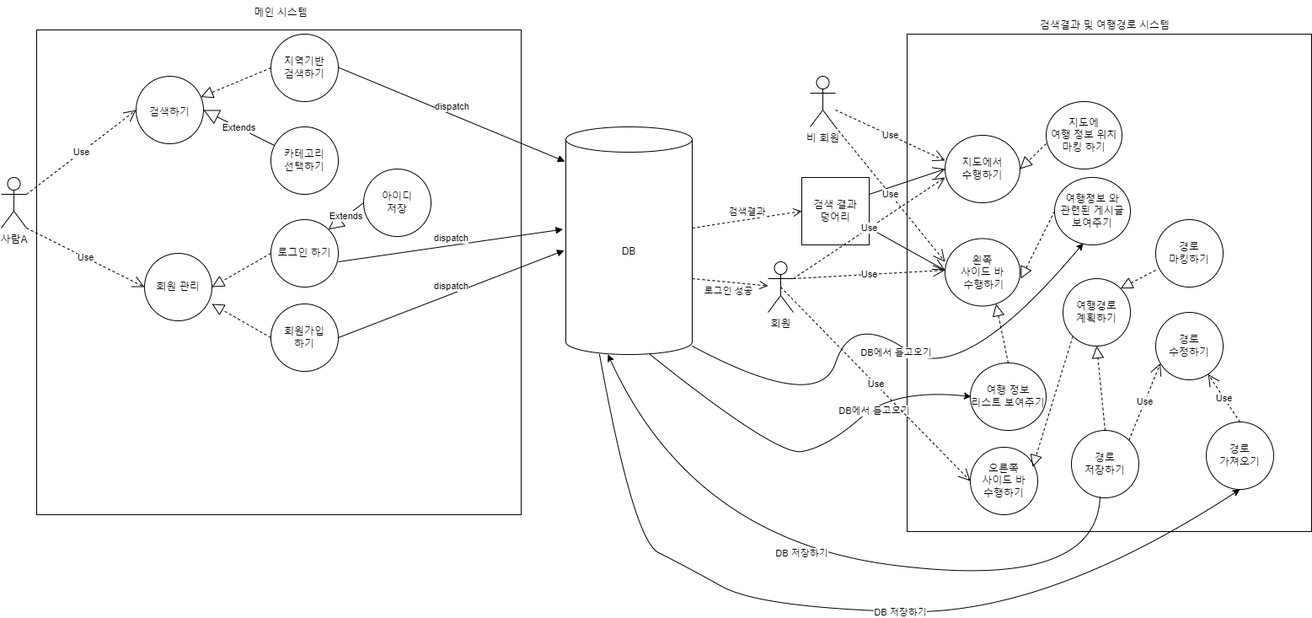
Before: usecase.drawio.png, a diagram exported from draw.io (kimhaechang1/enjoytrip). Source tidied: cells renumbered, new cells last; positions are measured from the earlier drawing's top-left corner, leaving out a move shared by most shapes.
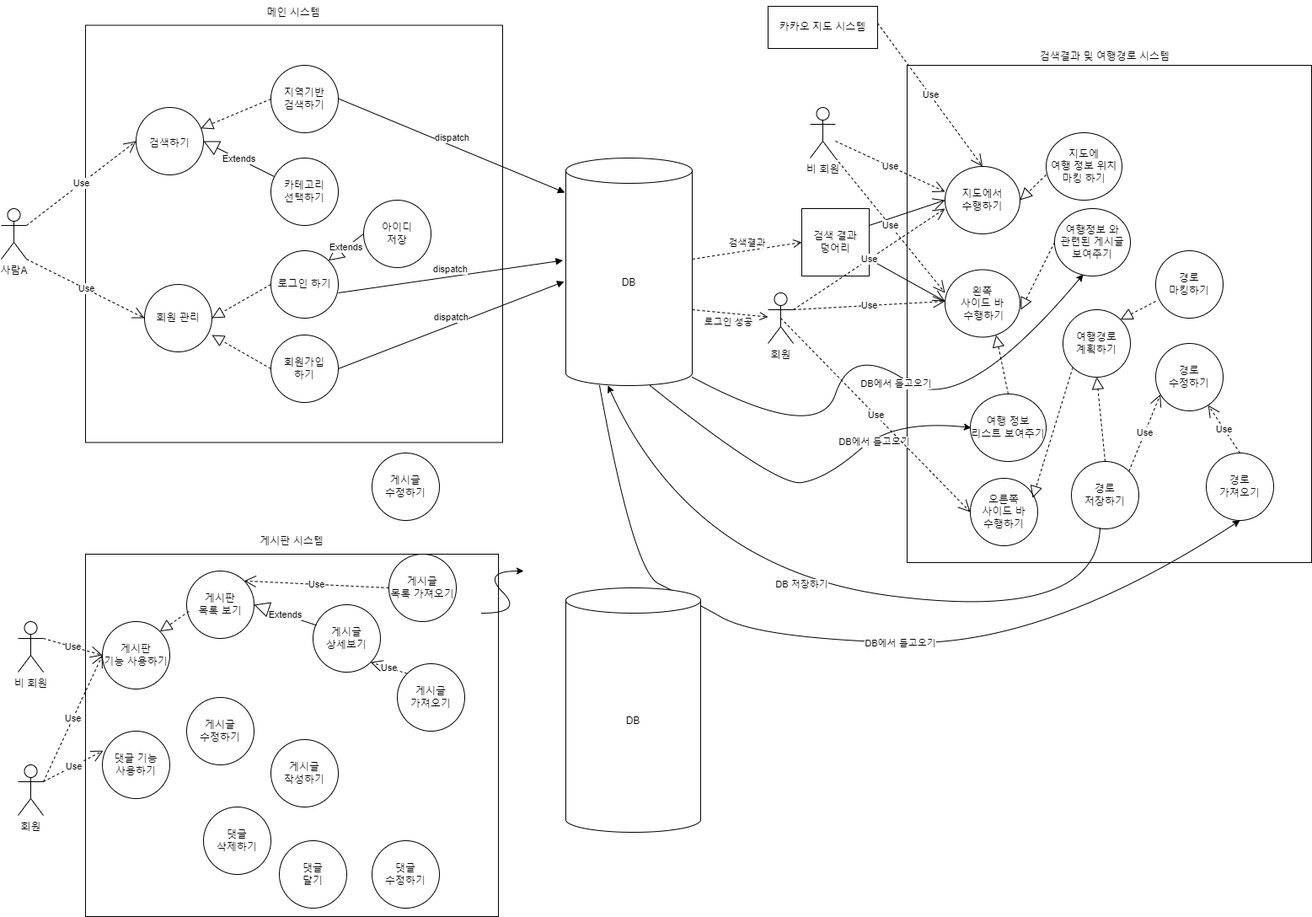
After the commit.

Commit message:
usecase.drawio.png 진짜 최종본

What changed in the source:
```diff
@@ -3,7 +3,7 @@
     <mxCell id="0" />
     <mxCell id="1" parent="0" />
     <mxCell id="2" style="whiteSpace=wrap;html=1;" parent="1" vertex="1">
-      <mxGeometry x="42" y="35" width="575" height="575" as="geometry" />
+      <mxGeometry x="100" y="-7.5" width="495" height="495" as="geometry" />
     </mxCell>
     <mxCell id="3" value="사람A" style="shape=umlActor;verticalLabelPosition=bottom;verticalAlign=top;html=1;outlineConnect=0;" parent="1" vertex="1">
       <mxGeometry y="210" width="30" height="60" as="geometry" />
@@ -12,7 +12,7 @@
       <mxGeometry x="160" y="90" width="80" height="80" as="geometry" />
     </mxCell>
     <mxCell id="5" value="메인 시스템" style="text;html=1;strokeColor=none;fillColor=none;align=center;verticalAlign=middle;whiteSpace=wrap;rounded=0;" parent="1" vertex="1">
-      <mxGeometry x="44" width="576" height="30" as="geometry" />
+      <mxGeometry x="59.5" y="-37.5" width="576" height="30" as="geometry" />
     </mxCell>
     <mxCell id="6" value="DB" style="shape=cylinder3;whiteSpace=wrap;html=1;boundedLbl=1;backgroundOutline=1;size=15;" parent="1" vertex="1">
       <mxGeometry x="670" y="150" width="150" height="270" as="geometry" />
@@ -242,8 +242,100 @@
         </Array>
       </mxGeometry>
     </mxCell>
-    <mxCell id="63" value="DB 저장하기" style="edgeLabel;html=1;align=center;verticalAlign=middle;" parent="62" vertex="1">
+    <mxCell id="63" value="DB에서 들고오기" style="edgeLabel;html=1;align=center;verticalAlign=middle;" parent="62" vertex="1">
       <mxGeometry x="0.11" y="-1" relative="1" as="geometry" />
     </mxCell>
+    <mxCell id="64" value="카카오 지도 시스템" style="html=1;whiteSpace=wrap;" parent="1" vertex="1">
+      <mxGeometry x="910" y="-30" width="130" height="50" as="geometry" />
+    </mxCell>
+    <mxCell id="65" value="Use" style="endArrow=open;endSize=12;dashed=1;html=1;rounded=0;entryX=0.5;entryY=0;entryDx=0;entryDy=0;" parent="1" edge="1" target="31">
+      <mxGeometry relative="1" as="geometry">
+        <mxPoint x="1040" y="-10" as="sourcePoint" />
+      </mxGeometry>
+    </mxCell>
+    <mxCell id="66" value="DB" style="shape=cylinder3;whiteSpace=wrap;html=1;boundedLbl=1;backgroundOutline=1;size=15;" parent="1" vertex="1">
+      <mxGeometry x="670" y="660" width="160" height="290" as="geometry" />
+    </mxCell>
+    <mxCell id="67" style="rounded=0;whiteSpace=wrap;html=1;" parent="1" vertex="1">
+      <mxGeometry x="100" y="620" width="490" height="430" as="geometry" />
+    </mxCell>
+    <mxCell id="68" value="게시판 시스템" style="text;html=1;strokeColor=none;fillColor=none;align=center;verticalAlign=middle;whiteSpace=wrap;rounded=0;" parent="1" vertex="1">
+      <mxGeometry x="57" y="590" width="576" height="30" as="geometry" />
+    </mxCell>
+    <mxCell id="69" value="게시글&lt;br&gt;수정하기" style="ellipse;whiteSpace=wrap;html=1;" parent="1" vertex="1">
+      <mxGeometry x="440" y="500" width="80" height="80" as="geometry" />
+    </mxCell>
+    <mxCell id="70" value="게시글&lt;br&gt;작성하기" style="ellipse;whiteSpace=wrap;html=1;" parent="1" vertex="1">
+      <mxGeometry x="320" y="840" width="80" height="80" as="geometry" />
+    </mxCell>
+    <mxCell id="71" value="게시판&lt;br&gt;목록 보기" style="ellipse;whiteSpace=wrap;html=1;" parent="1" vertex="1">
+      <mxGeometry x="220" y="640" width="80" height="80" as="geometry" />
+    </mxCell>
+    <mxCell id="72" value="게시글&lt;br&gt;상세보기" style="ellipse;whiteSpace=wrap;html=1;" parent="1" vertex="1">
+      <mxGeometry x="370" y="680" width="80" height="80" as="geometry" />
+    </mxCell>
+    <mxCell id="73" value="게시글&lt;br&gt;가져오기" style="ellipse;whiteSpace=wrap;html=1;" parent="1" vertex="1">
+      <mxGeometry x="470" y="750" width="80" height="80" as="geometry" />
+    </mxCell>
+    <mxCell id="74" value="댓글&lt;br&gt;달기" style="ellipse;whiteSpace=wrap;html=1;" parent="1" vertex="1">
+      <mxGeometry x="330" y="960" width="80" height="80" as="geometry" />
+    </mxCell>
+    <mxCell id="75" value="댓글&lt;br&gt;수정하기" style="ellipse;whiteSpace=wrap;html=1;" parent="1" vertex="1">
+      <mxGeometry x="440" y="960" width="80" height="80" as="geometry" />
+    </mxCell>
+    <mxCell id="76" value="댓글&lt;br&gt;삭제하기" style="ellipse;whiteSpace=wrap;html=1;" parent="1" vertex="1">
+      <mxGeometry x="240" y="920" width="80" height="80" as="geometry" />
+    </mxCell>
+    <mxCell id="77" value="게시글&lt;br&gt;목록 가져오기" style="ellipse;whiteSpace=wrap;html=1;" parent="1" vertex="1">
+      <mxGeometry x="460" y="620" width="80" height="80" as="geometry" />
+    </mxCell>
+    <mxCell id="78" value="게시글&lt;br&gt;수정하기" style="ellipse;whiteSpace=wrap;html=1;" parent="1" vertex="1">
+      <mxGeometry x="220" y="790" width="80" height="80" as="geometry" />
+    </mxCell>
+    <mxCell id="79" value="회원" style="shape=umlActor;verticalLabelPosition=bottom;verticalAlign=top;html=1;outlineConnect=0;" parent="1" vertex="1">
+      <mxGeometry x="20" y="870" width="30" height="60" as="geometry" />
+    </mxCell>
+    <mxCell id="80" value="비 회원" style="shape=umlActor;verticalLabelPosition=bottom;verticalAlign=top;html=1;outlineConnect=0;" parent="1" vertex="1">
+      <mxGeometry x="20" y="700" width="30" height="60" as="geometry" />
+    </mxCell>
+    <mxCell id="81" value="게시판&lt;br&gt;기능 사용하기" style="ellipse;whiteSpace=wrap;html=1;" parent="1" vertex="1">
+      <mxGeometry x="120" y="700" width="80" height="80" as="geometry" />
+    </mxCell>
+    <mxCell id="82" value="댓글 기능&lt;br&gt;사용하기" style="ellipse;whiteSpace=wrap;html=1;" parent="1" vertex="1">
+      <mxGeometry x="120" y="830" width="80" height="80" as="geometry" />
+    </mxCell>
+    <mxCell id="83" value="Use" style="endArrow=open;endSize=12;dashed=1;html=1;rounded=0;exitX=1;exitY=0.3333333333333333;exitDx=0;exitDy=0;exitPerimeter=0;entryX=0;entryY=0.5;entryDx=0;entryDy=0;" parent="1" edge="1" source="79" target="81">
+      <mxGeometry relative="1" as="geometry" />
+    </mxCell>
+    <mxCell id="84" value="Use" style="endArrow=open;endSize=12;dashed=1;html=1;rounded=0;entryX=0.012;entryY=0.29;entryDx=0;entryDy=0;entryPerimeter=0;exitX=1;exitY=0.3333333333333333;exitDx=0;exitDy=0;exitPerimeter=0;" parent="1" edge="1" source="79" target="82">
+      <mxGeometry relative="1" as="geometry" />
+    </mxCell>
+    <mxCell id="85" value="Use" style="endArrow=open;endSize=12;dashed=1;html=1;rounded=0;exitX=1;exitY=0.3333333333333333;exitDx=0;exitDy=0;exitPerimeter=0;" parent="1" edge="1" source="80">
+      <mxGeometry relative="1" as="geometry">
+        <mxPoint x="120" y="740" as="targetPoint" />
+      </mxGeometry>
+    </mxCell>
+    <mxCell id="86" style="endArrow=block;dashed=1;endFill=0;endSize=12;html=1;rounded=0;exitX=0.034;exitY=0.599;exitDx=0;exitDy=0;exitPerimeter=0;entryX=1;entryY=0;entryDx=0;entryDy=0;" parent="1" edge="1" source="71" target="81">
+      <mxGeometry relative="1" as="geometry" />
+    </mxCell>
+    <mxCell id="87" value="Extends" style="endArrow=block;endSize=16;endFill=0;html=1;rounded=0;exitX=0.049;exitY=0.304;exitDx=0;exitDy=0;exitPerimeter=0;entryX=1;entryY=0.5;entryDx=0;entryDy=0;" parent="1" edge="1" source="72" target="71">
+      <mxGeometry relative="1" as="geometry" />
+    </mxCell>
+    <mxCell id="88" value="Use" style="endArrow=open;endSize=12;dashed=1;html=1;rounded=0;entryX=1;entryY=0;entryDx=0;entryDy=0;exitX=0;exitY=0.5;exitDx=0;exitDy=0;" parent="1" edge="1" source="77" target="71">
+      <mxGeometry relative="1" as="geometry" />
+    </mxCell>
+    <mxCell id="89" value="Use" style="endArrow=open;endSize=12;dashed=1;html=1;rounded=0;entryX=1;entryY=1;entryDx=0;entryDy=0;exitX=0;exitY=0;exitDx=0;exitDy=0;" parent="1" edge="1" source="73" target="72">
+      <mxGeometry relative="1" as="geometry" />
+    </mxCell>
+    <mxCell id="90" style="curved=1;endArrow=classic;html=1;rounded=0;" parent="1" edge="1">
+      <mxGeometry relative="1" as="geometry">
+        <mxPoint x="570" y="690" as="sourcePoint" />
+        <mxPoint x="620" y="640" as="targetPoint" />
+        <Array as="points">
+          <mxPoint x="620" y="690" />
+          <mxPoint x="570" y="640" />
+        </Array>
+      </mxGeometry>
+    </mxCell>
   </root>
 </mxGraphModel>
```
